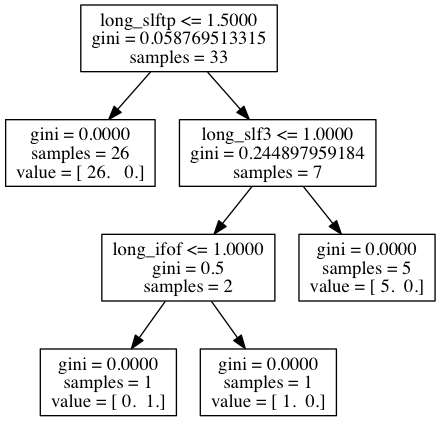
Before: neurosurgery_trees/longSENSE.png, a diagram exported from Graphviz (akeshavan/myscripts). Its source is kept beside it as neurosurgery_trees/longSENSE.dot. The source it was exported from:
```dot
digraph Tree {
0 [label="X[3] <= 1.5000\ngini = 0.058769513315\nsamples = 33", shape="box"] ;
1 [label="gini = 0.0000\nsamples = 26\nvalue = [ 26.   0.]", shape="box"] ;
0 -> 1 ;
2 [label="X[1] <= 1.0000\ngini = 0.244897959184\nsamples = 7", shape="box"] ;
0 -> 2 ;
3 [label="X[6] <= 1.0000\ngini = 0.5\nsamples = 2", shape="box"] ;
2 -> 3 ;
4 [label="gini = 0.0000\nsamples = 1\nvalue = [ 0.  1.]", shape="box"] ;
3 -> 4 ;
5 [label="gini = 0.0000\nsamples = 1\nvalue = [ 1.  0.]", shape="box"] ;
3 -> 5 ;
6 [label="gini = 0.0000\nsamples = 5\nvalue = [ 5.  0.]", shape="box"] ;
2 -> 6 ;
}
```
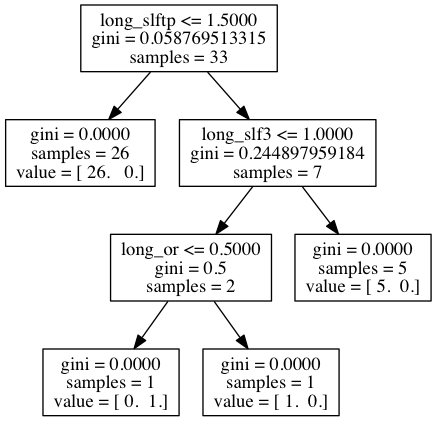
Later version of the same file.

What changed in the source:
```diff
@@ -4,7 +4,7 @@
 0 -> 1 ;
 2 [label="X[1] <= 1.0000\ngini = 0.244897959184\nsamples = 7", shape="box"] ;
 0 -> 2 ;
-3 [label="X[6] <= 1.0000\ngini = 0.5\nsamples = 2", shape="box"] ;
+3 [label="X[11] <= 0.5000\ngini = 0.5\nsamples = 2", shape="box"] ;
 2 -> 3 ;
 4 [label="gini = 0.0000\nsamples = 1\nvalue = [ 0.  1.]", shape="box"] ;
 3 -> 4 ;
```
